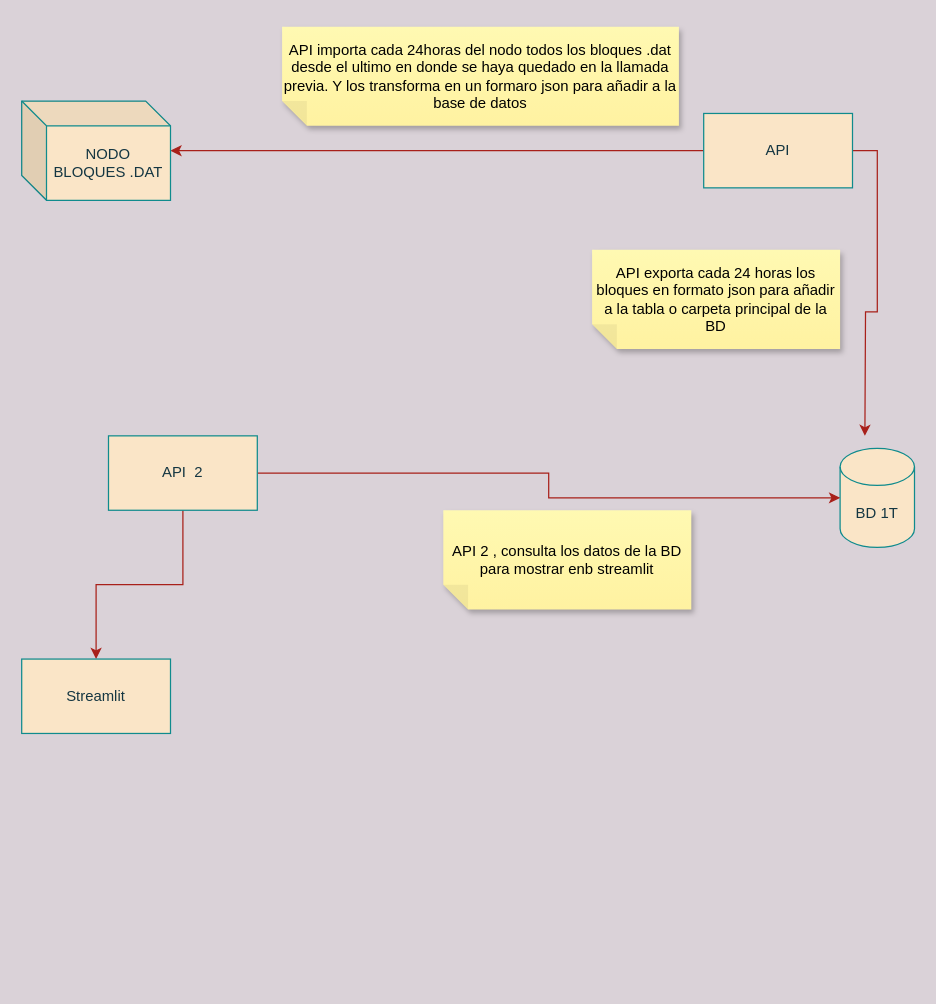
Above: Diagrama sin título.drawio in Block-Mole/diagrams (draw.io), before the change. Source tidied: cells renumbered, new cells numbered last; positions are measured from the earlier drawing's top-left corner, leaving out a move shared by most shapes. Both pictures are drawn from the tidied source at 124%, with x=0, y=0 at pixel (21, 26).
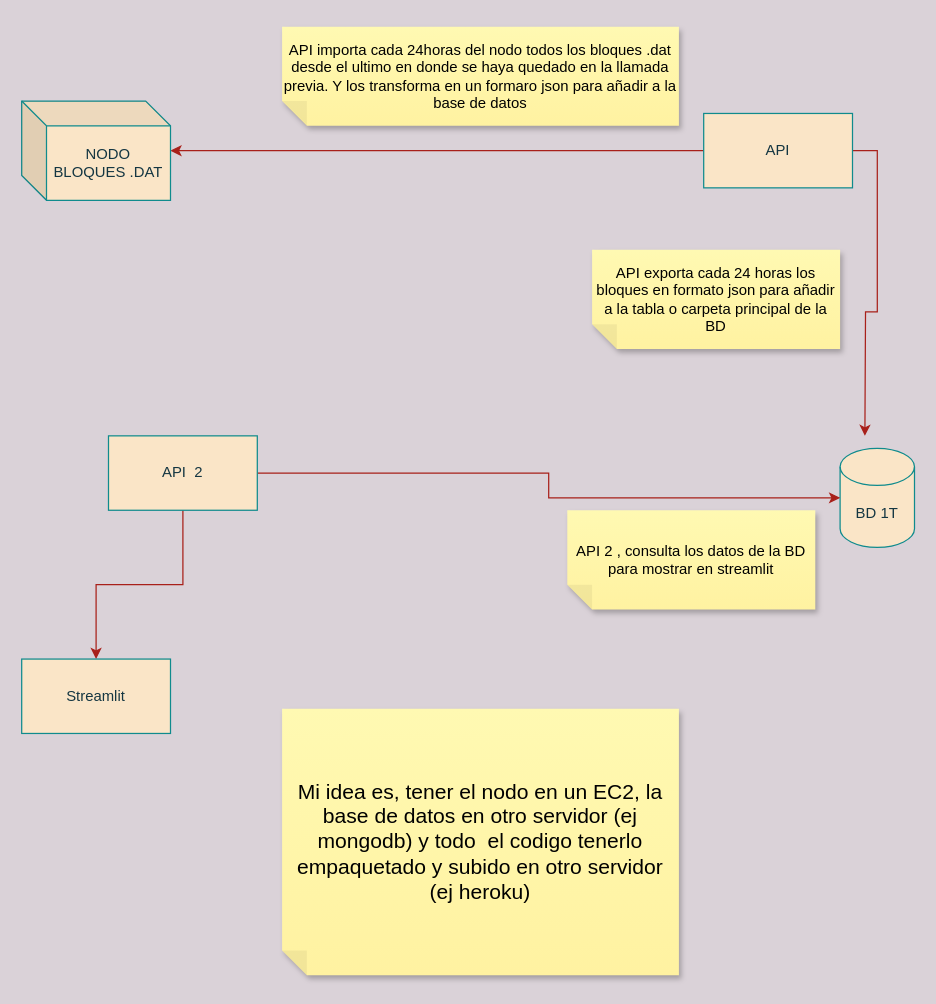
The same diagram, later.

Commit message:
esquema_mvp

The edit, as a diff of the source:
```diff
@@
 <mxGraphModel background="#DAD2D8">
   <root>
     <mxCell id="0" />
     <mxCell id="1" parent="0" />
     <mxCell id="2" value="BD 1T" style="shape=cylinder3;whiteSpace=wrap;html=1;boundedLbl=1;backgroundOutline=1;size=15;strokeColor=#0F8B8D;fontColor=#143642;fillColor=#FAE5C7;" parent="1" vertex="1">
       <mxGeometry x="660" y="340" width="60" height="80" as="geometry" />
     </mxCell>
     <mxCell id="3" style="edgeStyle=orthogonalEdgeStyle;rounded=0;jettySize=auto;html=1;strokeColor=#A8201A;fontColor=#143642;fillColor=#FAE5C7;" parent="1" edge="1" source="5" target="6">
       <mxGeometry relative="1" as="geometry" />
     </mxCell>
     <mxCell id="4" style="edgeStyle=orthogonalEdgeStyle;rounded=0;jettySize=auto;html=1;strokeColor=#A8201A;fontColor=#143642;fillColor=#FAE5C7;" parent="1" edge="1" source="5">
       <mxGeometry relative="1" as="geometry">
         <mxPoint x="680" y="330" as="targetPoint" />
       </mxGeometry>
     </mxCell>
     <mxCell id="5" value="API" style="rounded=0;whiteSpace=wrap;html=1;strokeColor=#0F8B8D;fontColor=#143642;fillColor=#FAE5C7;" parent="1" vertex="1">
       <mxGeometry x="550" y="70" width="120" height="60" as="geometry" />
     </mxCell>
     <mxCell id="6" value="NODO&lt;br&gt;BLOQUES .DAT" style="shape=cube;whiteSpace=wrap;html=1;boundedLbl=1;backgroundOutline=1;darkOpacity=0.05;darkOpacity2=0.1;strokeColor=#0F8B8D;fontColor=#143642;fillColor=#FAE5C7;" parent="1" vertex="1">
       <mxGeometry y="60" width="120" height="80" as="geometry" />
     </mxCell>
     <mxCell id="7" value="API importa cada 24horas del nodo todos los bloques .dat desde el ultimo en donde se haya quedado en la llamada previa. Y los transforma en un formaro json para añadir a la base de datos" style="shape=note;whiteSpace=wrap;html=1;backgroundOutline=1;fontColor=#000000;darkOpacity=0.05;fillColor=#FFF9B2;strokeColor=none;fillStyle=solid;direction=west;gradientDirection=north;gradientColor=#FFF2A1;shadow=1;size=20;" parent="1" vertex="1">
       <mxGeometry x="210" width="320" height="80" as="geometry" />
     </mxCell>
     <mxCell id="8" value="API exporta cada 24 horas los bloques en formato json para añadir a la tabla o carpeta principal de la BD" style="shape=note;whiteSpace=wrap;html=1;backgroundOutline=1;fontColor=#000000;darkOpacity=0.05;fillColor=#FFF9B2;strokeColor=none;fillStyle=solid;direction=west;gradientDirection=north;gradientColor=#FFF2A1;shadow=1;size=20;" parent="1" vertex="1">
       <mxGeometry x="460" y="180" width="200" height="80" as="geometry" />
     </mxCell>
     <mxCell id="9" style="edgeStyle=orthogonalEdgeStyle;rounded=0;jettySize=auto;html=1;strokeColor=#A8201A;fontColor=#143642;fillColor=#FAE5C7;" parent="1" edge="1" source="11" target="2">
       <mxGeometry relative="1" as="geometry" />
     </mxCell>
     <mxCell id="10" style="edgeStyle=orthogonalEdgeStyle;rounded=0;jettySize=auto;html=1;strokeColor=#A8201A;fontColor=#143642;fillColor=#FAE5C7;" parent="1" edge="1" source="11" target="13">
       <mxGeometry relative="1" as="geometry" />
     </mxCell>
     <mxCell id="11" value="API&amp;nbsp; 2" style="rounded=0;whiteSpace=wrap;html=1;strokeColor=#0F8B8D;fontColor=#143642;fillColor=#FAE5C7;" parent="1" vertex="1">
       <mxGeometry x="70" y="330" width="120" height="60" as="geometry" />
     </mxCell>
-    <mxCell id="12" value="API 2 , consulta los datos de la BD para mostrar enb streamlit" style="shape=note;whiteSpace=wrap;html=1;backgroundOutline=1;fontColor=#000000;darkOpacity=0.05;fillColor=#FFF9B2;strokeColor=none;fillStyle=solid;direction=west;gradientDirection=north;gradientColor=#FFF2A1;shadow=1;size=20;" parent="1" vertex="1">
-      <mxGeometry x="340" y="390" width="200" height="80" as="geometry" />
+    <mxCell id="12" value="API 2 , consulta los datos de la BD para mostrar en streamlit" style="shape=note;whiteSpace=wrap;html=1;backgroundOutline=1;fontColor=#000000;darkOpacity=0.05;fillColor=#FFF9B2;strokeColor=none;fillStyle=solid;direction=west;gradientDirection=north;gradientColor=#FFF2A1;shadow=1;size=20;" parent="1" vertex="1">
+      <mxGeometry x="440" y="390" width="200" height="80" as="geometry" />
     </mxCell>
     <mxCell id="13" value="Streamlit" style="rounded=0;whiteSpace=wrap;html=1;strokeColor=#0F8B8D;fontColor=#143642;fillColor=#FAE5C7;" parent="1" vertex="1">
       <mxGeometry y="510" width="120" height="60" as="geometry" />
     </mxCell>
+    <mxCell id="14" value="&lt;font style=&quot;font-size: 17px;&quot;&gt;Mi idea es, tener el nodo en un EC2, la base de datos en otro servidor (ej mongodb) y todo&amp;nbsp; el codigo tenerlo empaquetado y subido en otro servidor (ej heroku)&lt;/font&gt;" style="shape=note;whiteSpace=wrap;html=1;backgroundOutline=1;fontColor=#000000;darkOpacity=0.05;fillColor=#FFF9B2;strokeColor=none;fillStyle=solid;direction=west;gradientDirection=north;gradientColor=#FFF2A1;shadow=1;size=20;" parent="1" vertex="1">
+      <mxGeometry x="210" y="550" width="320" height="215" as="geometry" />
+    </mxCell>
   </root>
 </mxGraphModel>
```
